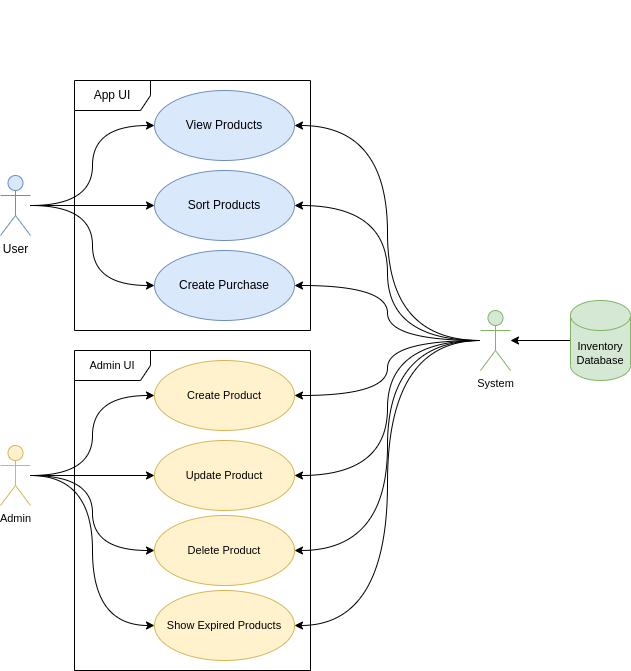
Earlier version of the draw.io export diagrams/use-cases.png (fpmi-tp2023/labrabota4gr14a-petrik33). Source tidied: cells renumbered, new cells last; positions are measured from the earlier drawing's top-left corner, leaving out a move shared by most shapes.
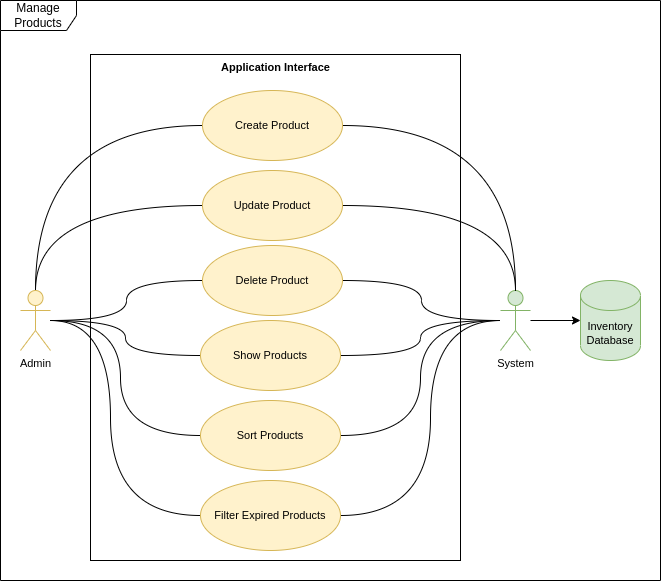
After the commit.

Commit message:
docs: update use-cases diagram

What changed in the source:
```diff
@@ -2,92 +2,103 @@
   <root>
     <mxCell id="0" />
     <mxCell id="1" parent="0" />
-    <mxCell id="2" value="View Products" style="ellipse;whiteSpace=wrap;html=1;fillColor=#dae8fc;strokeColor=#6c8ebf;" parent="1" vertex="1">
-      <mxGeometry x="154" y="90" width="140" height="70" as="geometry" />
-    </mxCell>
-    <mxCell id="3" value="Create Purchase" style="ellipse;whiteSpace=wrap;html=1;fillColor=#dae8fc;strokeColor=#6c8ebf;" parent="1" vertex="1">
-      <mxGeometry x="154" y="250" width="140" height="70" as="geometry" />
-    </mxCell>
-    <mxCell id="4" value="Sort Products" style="ellipse;whiteSpace=wrap;html=1;fillColor=#dae8fc;strokeColor=#6c8ebf;" parent="1" vertex="1">
-      <mxGeometry x="154" y="170" width="140" height="70" as="geometry" />
-    </mxCell>
-    <mxCell id="5" style="edgeStyle=orthogonalEdgeStyle;shape=connector;curved=1;rounded=1;jettySize=auto;html=1;entryX=0;entryY=0.5;entryDx=0;entryDy=0;labelBackgroundColor=default;strokeColor=default;fontFamily=Helvetica;fontSize=11;fontColor=default;endArrow=classic;" parent="1" edge="1" source="8" target="2">
-      <mxGeometry relative="1" as="geometry" />
-    </mxCell>
-    <mxCell id="6" style="edgeStyle=orthogonalEdgeStyle;shape=connector;curved=1;rounded=1;jettySize=auto;html=1;entryX=0;entryY=0.5;entryDx=0;entryDy=0;labelBackgroundColor=default;strokeColor=default;fontFamily=Helvetica;fontSize=11;fontColor=default;endArrow=classic;" parent="1" edge="1" source="8" target="4">
-      <mxGeometry relative="1" as="geometry" />
-    </mxCell>
-    <mxCell id="7" style="edgeStyle=orthogonalEdgeStyle;shape=connector;curved=1;rounded=1;jettySize=auto;html=1;entryX=0;entryY=0.5;entryDx=0;entryDy=0;labelBackgroundColor=default;strokeColor=default;fontFamily=Helvetica;fontSize=11;fontColor=default;endArrow=classic;" parent="1" edge="1" source="8" target="3">
-      <mxGeometry relative="1" as="geometry" />
-    </mxCell>
-    <mxCell id="8" value="User" style="shape=umlActor;verticalLabelPosition=bottom;verticalAlign=top;html=1;fillColor=#dae8fc;strokeColor=#6c8ebf;" parent="1" vertex="1">
-      <mxGeometry y="175" width="30" height="60" as="geometry" />
-    </mxCell>
+    <mxCell id="31" style="rounded=0;whiteSpace=wrap;html=1;fontFamily=Helvetica;fontSize=11;fontColor=default;fillColor=none;" parent="1" vertex="1">
+      <mxGeometry x="-50" y="14" width="370" height="506" as="geometry" />
+    </mxCell>
-    <mxCell id="9" value="App UI" style="shape=umlFrame;whiteSpace=wrap;html=1;width=76;height=30;" parent="1" vertex="1">
-      <mxGeometry x="74" y="80" width="236" height="250" as="geometry" />
+    <mxCell id="9" value="Manage Products" style="shape=umlFrame;whiteSpace=wrap;html=1;width=76;height=30;" parent="1" vertex="1">
+      <mxGeometry x="-140" y="-40" width="660" height="580" as="geometry" />
     </mxCell>
-    <mxCell id="10" style="edgeStyle=orthogonalEdgeStyle;shape=connector;curved=1;rounded=1;jettySize=auto;html=1;entryX=1;entryY=0.5;entryDx=0;entryDy=0;labelBackgroundColor=default;strokeColor=default;fontFamily=Helvetica;fontSize=11;fontColor=default;endArrow=classic;" parent="1" edge="1" source="17" target="2">
-      <mxGeometry relative="1" as="geometry" />
-    </mxCell>
-    <mxCell id="11" style="edgeStyle=orthogonalEdgeStyle;shape=connector;curved=1;rounded=1;jettySize=auto;html=1;entryX=1;entryY=0.5;entryDx=0;entryDy=0;labelBackgroundColor=default;strokeColor=default;fontFamily=Helvetica;fontSize=11;fontColor=default;endArrow=classic;" parent="1" edge="1" source="17" target="4">
-      <mxGeometry relative="1" as="geometry" />
-    </mxCell>
-    <mxCell id="12" style="edgeStyle=orthogonalEdgeStyle;shape=connector;curved=1;rounded=1;jettySize=auto;html=1;entryX=1;entryY=0.5;entryDx=0;entryDy=0;labelBackgroundColor=default;strokeColor=default;fontFamily=Helvetica;fontSize=11;fontColor=default;endArrow=classic;" parent="1" edge="1" source="17" target="3">
-      <mxGeometry relative="1" as="geometry" />
-    </mxCell>
-    <mxCell id="13" style="edgeStyle=orthogonalEdgeStyle;shape=connector;curved=1;rounded=1;jettySize=auto;html=1;entryX=1;entryY=0.5;entryDx=0;entryDy=0;labelBackgroundColor=default;strokeColor=default;fontFamily=Helvetica;fontSize=11;fontColor=default;endArrow=classic;" parent="1" edge="1" source="17" target="22">
-      <mxGeometry relative="1" as="geometry" />
-    </mxCell>
-    <mxCell id="14" style="edgeStyle=orthogonalEdgeStyle;shape=connector;curved=1;rounded=1;jettySize=auto;html=1;entryX=1;entryY=0.5;entryDx=0;entryDy=0;labelBackgroundColor=default;strokeColor=default;fontFamily=Helvetica;fontSize=11;fontColor=default;endArrow=classic;" parent="1" edge="1" source="17" target="21">
-      <mxGeometry relative="1" as="geometry" />
-    </mxCell>
-    <mxCell id="15" style="edgeStyle=orthogonalEdgeStyle;shape=connector;curved=1;rounded=1;jettySize=auto;html=1;entryX=1;entryY=0.5;entryDx=0;entryDy=0;labelBackgroundColor=default;strokeColor=default;fontFamily=Helvetica;fontSize=11;fontColor=default;endArrow=classic;" parent="1" edge="1" source="17" target="20">
-      <mxGeometry relative="1" as="geometry" />
-    </mxCell>
-    <mxCell id="16" style="edgeStyle=orthogonalEdgeStyle;shape=connector;curved=1;rounded=1;jettySize=auto;html=1;entryX=1;entryY=0.5;entryDx=0;entryDy=0;labelBackgroundColor=default;strokeColor=default;fontFamily=Helvetica;fontSize=11;fontColor=default;endArrow=classic;" parent="1" edge="1" source="17" target="29">
-      <mxGeometry relative="1" as="geometry" />
-    </mxCell>
+    <mxCell id="32" style="edgeStyle=orthogonalEdgeStyle;shape=connector;curved=1;rounded=1;jettySize=auto;html=1;entryX=0;entryY=0.5;entryDx=0;entryDy=0;entryPerimeter=0;labelBackgroundColor=default;strokeColor=default;fontFamily=Helvetica;fontSize=11;fontColor=default;endArrow=classic;endFill=1;" parent="1" edge="1" source="17" target="19">
+      <mxGeometry relative="1" as="geometry" />
+    </mxCell>
     <mxCell id="17" value="System" style="shape=umlActor;verticalLabelPosition=bottom;verticalAlign=top;html=1;outlineConnect=0;fontFamily=Helvetica;fontSize=11;fillColor=#d5e8d4;strokeColor=#82b366;" parent="1" vertex="1">
-      <mxGeometry x="480" y="310" width="30" height="60" as="geometry" />
+      <mxGeometry x="360" y="250" width="30" height="60" as="geometry" />
     </mxCell>
-    <mxCell id="18" style="edgeStyle=orthogonalEdgeStyle;shape=connector;curved=1;rounded=1;jettySize=auto;html=1;labelBackgroundColor=default;strokeColor=default;fontFamily=Helvetica;fontSize=11;fontColor=default;endArrow=classic;" parent="1" edge="1" source="19" target="17">
-      <mxGeometry relative="1" as="geometry" />
-    </mxCell>
     <mxCell id="19" value="Inventory Database" style="shape=cylinder3;whiteSpace=wrap;html=1;boundedLbl=1;backgroundOutline=1;size=15;fontFamily=Helvetica;fontSize=11;fillColor=#d5e8d4;strokeColor=#82b366;" parent="1" vertex="1">
-      <mxGeometry x="570" y="300" width="60" height="80" as="geometry" />
+      <mxGeometry x="440" y="240" width="60" height="80" as="geometry" />
     </mxCell>
+    <mxCell id="33" style="edgeStyle=orthogonalEdgeStyle;shape=connector;jettySize=auto;html=1;labelBackgroundColor=default;strokeColor=default;fontFamily=Helvetica;fontSize=11;fontColor=default;endArrow=none;endFill=0;curved=1;" parent="1" edge="1" source="20" target="17">
+      <mxGeometry relative="1" as="geometry" />
+    </mxCell>
+    <mxCell id="34" style="edgeStyle=orthogonalEdgeStyle;shape=connector;jettySize=auto;html=1;labelBackgroundColor=default;strokeColor=default;fontFamily=Helvetica;fontSize=11;fontColor=default;endArrow=none;endFill=0;curved=1;" parent="1" edge="1" source="20" target="28">
+      <mxGeometry relative="1" as="geometry" />
+    </mxCell>
     <mxCell id="20" value="Delete Product" style="ellipse;whiteSpace=wrap;html=1;fontFamily=Helvetica;fontSize=11;fillColor=#fff2cc;strokeColor=#d6b656;" parent="1" vertex="1">
-      <mxGeometry x="154" y="515" width="140" height="70" as="geometry" />
+      <mxGeometry x="62" y="205" width="140" height="70" as="geometry" />
     </mxCell>
+    <mxCell id="35" style="edgeStyle=orthogonalEdgeStyle;shape=connector;jettySize=auto;html=1;labelBackgroundColor=default;strokeColor=default;fontFamily=Helvetica;fontSize=11;fontColor=default;endArrow=none;endFill=0;curved=1;" parent="1" edge="1" source="21" target="17">
+      <mxGeometry relative="1" as="geometry" />
+    </mxCell>
+    <mxCell id="36" style="edgeStyle=orthogonalEdgeStyle;shape=connector;jettySize=auto;html=1;labelBackgroundColor=default;strokeColor=default;fontFamily=Helvetica;fontSize=11;fontColor=default;endArrow=none;endFill=0;curved=1;" parent="1" edge="1" source="21" target="28">
+      <mxGeometry relative="1" as="geometry" />
+    </mxCell>
     <mxCell id="21" value="Update Product" style="ellipse;whiteSpace=wrap;html=1;fontFamily=Helvetica;fontSize=11;fillColor=#fff2cc;strokeColor=#d6b656;" parent="1" vertex="1">
-      <mxGeometry x="154" y="440" width="140" height="70" as="geometry" />
+      <mxGeometry x="62" y="130" width="140" height="70" as="geometry" />
     </mxCell>
+    <mxCell id="37" style="edgeStyle=orthogonalEdgeStyle;shape=connector;jettySize=auto;html=1;labelBackgroundColor=default;strokeColor=default;fontFamily=Helvetica;fontSize=11;fontColor=default;endArrow=none;endFill=0;curved=1;" parent="1" edge="1" source="22" target="17">
+      <mxGeometry relative="1" as="geometry" />
+    </mxCell>
+    <mxCell id="38" style="edgeStyle=orthogonalEdgeStyle;shape=connector;jettySize=auto;html=1;labelBackgroundColor=default;strokeColor=default;fontFamily=Helvetica;fontSize=11;fontColor=default;endArrow=none;endFill=0;curved=1;" parent="1" edge="1" source="22" target="28">
+      <mxGeometry relative="1" as="geometry" />
+    </mxCell>
     <mxCell id="22" value="Create Product" style="ellipse;whiteSpace=wrap;html=1;fontFamily=Helvetica;fontSize=11;fillColor=#fff2cc;strokeColor=#d6b656;" parent="1" vertex="1">
-      <mxGeometry x="154" y="360" width="140" height="70" as="geometry" />
+      <mxGeometry x="62" y="50" width="140" height="70" as="geometry" />
     </mxCell>
-    <mxCell id="23" value="Admin UI" style="shape=umlFrame;whiteSpace=wrap;html=1;fontFamily=Helvetica;fontSize=11;fontColor=default;width=76;height=30;" parent="1" vertex="1">
-      <mxGeometry x="74" y="350" width="236" height="320" as="geometry" />
-    </mxCell>
-    <mxCell id="24" style="edgeStyle=orthogonalEdgeStyle;shape=connector;curved=1;rounded=1;jettySize=auto;html=1;entryX=0;entryY=0.5;entryDx=0;entryDy=0;labelBackgroundColor=default;strokeColor=default;fontFamily=Helvetica;fontSize=11;fontColor=default;endArrow=classic;" parent="1" edge="1" source="28" target="22">
-      <mxGeometry relative="1" as="geometry" />
-    </mxCell>
-    <mxCell id="25" style="edgeStyle=orthogonalEdgeStyle;shape=connector;curved=1;rounded=1;jettySize=auto;html=1;labelBackgroundColor=default;strokeColor=default;fontFamily=Helvetica;fontSize=11;fontColor=default;endArrow=classic;" parent="1" edge="1" source="28" target="21">
-      <mxGeometry relative="1" as="geometry" />
-    </mxCell>
-    <mxCell id="26" style="edgeStyle=orthogonalEdgeStyle;shape=connector;curved=1;rounded=1;jettySize=auto;html=1;entryX=0;entryY=0.5;entryDx=0;entryDy=0;labelBackgroundColor=default;strokeColor=default;fontFamily=Helvetica;fontSize=11;fontColor=default;endArrow=classic;" parent="1" edge="1" source="28" target="20">
-      <mxGeometry relative="1" as="geometry" />
-    </mxCell>
-    <mxCell id="27" style="edgeStyle=orthogonalEdgeStyle;shape=connector;curved=1;rounded=1;jettySize=auto;html=1;entryX=0;entryY=0.5;entryDx=0;entryDy=0;labelBackgroundColor=default;strokeColor=default;fontFamily=Helvetica;fontSize=11;fontColor=default;endArrow=classic;" parent="1" edge="1" source="28" target="29">
-      <mxGeometry relative="1" as="geometry" />
-    </mxCell>
     <mxCell id="28" value="Admin" style="shape=umlActor;verticalLabelPosition=bottom;verticalAlign=top;html=1;outlineConnect=0;fontFamily=Helvetica;fontSize=11;fillColor=#fff2cc;strokeColor=#d6b656;" parent="1" vertex="1">
-      <mxGeometry y="445" width="30" height="60" as="geometry" />
+      <mxGeometry x="-120" y="250" width="30" height="60" as="geometry" />
     </mxCell>
+    <mxCell id="39" style="edgeStyle=orthogonalEdgeStyle;shape=connector;jettySize=auto;html=1;labelBackgroundColor=default;strokeColor=default;fontFamily=Helvetica;fontSize=11;fontColor=default;endArrow=none;endFill=0;curved=1;" parent="1" edge="1" source="29" target="17">
+      <mxGeometry relative="1" as="geometry">
+        <Array as="points">
+          <mxPoint x="290" y="475" />
+          <mxPoint x="290" y="280" />
+        </Array>
+      </mxGeometry>
+    </mxCell>
+    <mxCell id="40" style="edgeStyle=orthogonalEdgeStyle;shape=connector;jettySize=auto;html=1;labelBackgroundColor=default;strokeColor=default;fontFamily=Helvetica;fontSize=11;fontColor=default;endArrow=none;endFill=0;curved=1;" parent="1" edge="1" source="29" target="28">
+      <mxGeometry relative="1" as="geometry">
+        <Array as="points">
+          <mxPoint x="-30" y="475" />
+          <mxPoint x="-30" y="280" />
+        </Array>
+      </mxGeometry>
+    </mxCell>
-    <mxCell id="29" value="Show Expired Products" style="ellipse;whiteSpace=wrap;html=1;fontFamily=Helvetica;fontSize=11;fillColor=#fff2cc;strokeColor=#d6b656;" parent="1" vertex="1">
-      <mxGeometry x="154" y="590" width="140" height="70" as="geometry" />
+    <mxCell id="29" value="Filter Expired Products" style="ellipse;whiteSpace=wrap;html=1;fontFamily=Helvetica;fontSize=11;fillColor=#fff2cc;strokeColor=#d6b656;" parent="1" vertex="1">
+      <mxGeometry x="60" y="440" width="140" height="70" as="geometry" />
     </mxCell>
     <mxCell id="30" style="text;strokeColor=none;fillColor=none;align=left;verticalAlign=middle;spacingTop=-1;spacingLeft=4;spacingRight=4;labelPosition=right;" parent="1" vertex="1">
       <mxGeometry width="20" height="14" as="geometry" />
     </mxCell>
+    <mxCell id="41" value="Application Interface" style="text;align=center;fontStyle=1;verticalAlign=middle;spacingLeft=3;spacingRight=3;strokeColor=none;html=1;fontSize=11;fontFamily=Helvetica;fontColor=default;" parent="1" vertex="1">
+      <mxGeometry x="60" y="14" width="150" height="26" as="geometry" />
+    </mxCell>
+    <mxCell id="42" style="edgeStyle=orthogonalEdgeStyle;shape=connector;jettySize=auto;html=1;labelBackgroundColor=default;strokeColor=default;fontFamily=Helvetica;fontSize=11;fontColor=default;endArrow=none;endFill=0;curved=1;" parent="1" edge="1" source="44" target="17">
+      <mxGeometry relative="1" as="geometry" />
+    </mxCell>
+    <mxCell id="43" style="edgeStyle=orthogonalEdgeStyle;shape=connector;jettySize=auto;html=1;labelBackgroundColor=default;strokeColor=default;fontFamily=Helvetica;fontSize=11;fontColor=default;endArrow=none;endFill=0;curved=1;" parent="1" edge="1" source="44" target="28">
+      <mxGeometry relative="1" as="geometry" />
+    </mxCell>
+    <mxCell id="44" value="Show Products" style="ellipse;whiteSpace=wrap;html=1;fontFamily=Helvetica;fontSize=11;fillColor=#fff2cc;strokeColor=#d6b656;" parent="1" vertex="1">
+      <mxGeometry x="60" y="280" width="140" height="70" as="geometry" />
+    </mxCell>
+    <mxCell id="45" style="edgeStyle=orthogonalEdgeStyle;shape=connector;jettySize=auto;html=1;labelBackgroundColor=default;strokeColor=default;fontFamily=Helvetica;fontSize=11;fontColor=default;endArrow=none;endFill=0;curved=1;" parent="1" edge="1" source="4" target="17">
+      <mxGeometry relative="1" as="geometry">
+        <Array as="points">
+          <mxPoint x="280" y="395" />
+          <mxPoint x="280" y="280" />
+        </Array>
+      </mxGeometry>
+    </mxCell>
+    <mxCell id="46" style="edgeStyle=orthogonalEdgeStyle;shape=connector;jettySize=auto;html=1;labelBackgroundColor=default;strokeColor=default;fontFamily=Helvetica;fontSize=11;fontColor=default;endArrow=none;endFill=0;curved=1;" parent="1" edge="1" source="4" target="28">
+      <mxGeometry relative="1" as="geometry">
+        <Array as="points">
+          <mxPoint x="-20" y="395" />
+          <mxPoint x="-20" y="280" />
+        </Array>
+      </mxGeometry>
+    </mxCell>
+    <mxCell id="4" value="Sort Products" style="ellipse;whiteSpace=wrap;html=1;fontFamily=Helvetica;fontSize=11;fillColor=#fff2cc;strokeColor=#d6b656;" parent="1" vertex="1">
+      <mxGeometry x="60" y="360" width="140" height="70" as="geometry" />
+    </mxCell>
   </root>
 </mxGraphModel>
```
